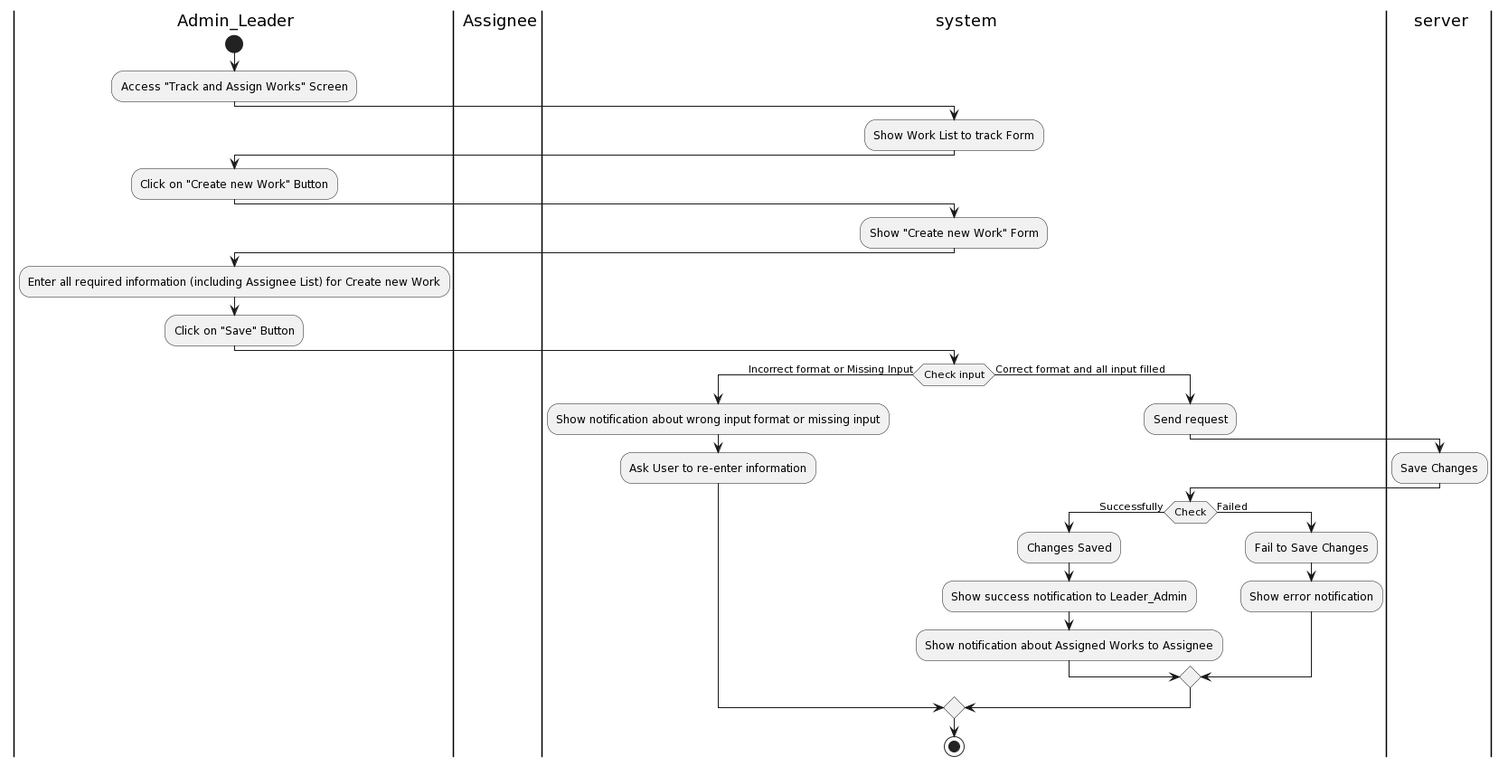
khoapham1003/SE357-Pratice-class keeps this PlantUML diagram as Lab1/Lab1.2/Activity Diagram/TrackingandProcessingofwork/TrackandAssignWorks/CURDWork/AddnewWork/AddnewWork.png. Above is the earlier version.
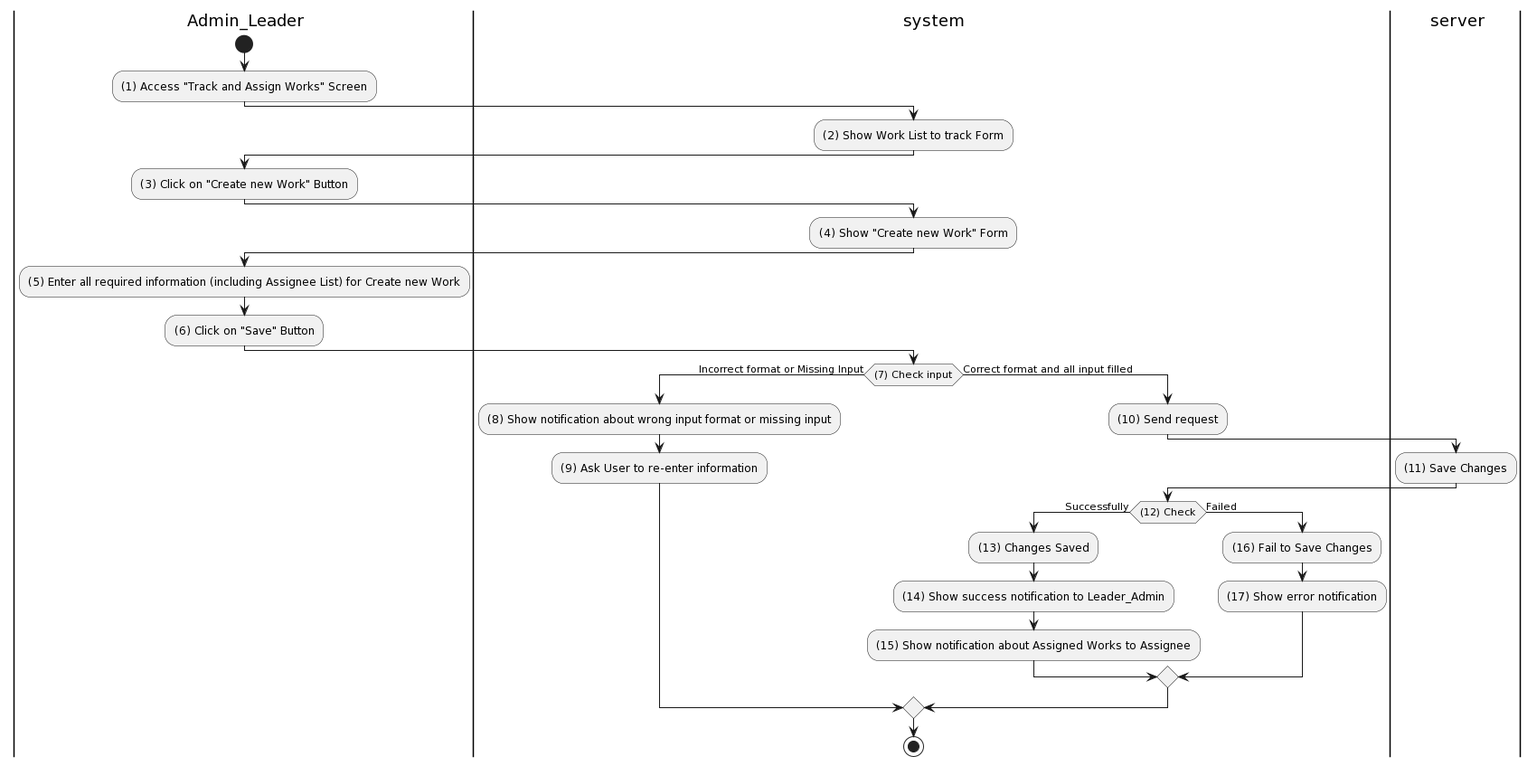
The same diagram one commit later.

What changed in the source:
```diff
@@ -1,37 +1,36 @@
 @startuml
 |a| Admin_Leader
-|a1| Assignee
 |sys| system
 |ser| server
 |a|
 start
-:Access "Track and Assign Works" Screen;
+:(1) Access "Track and Assign Works" Screen;
 |sys|
-:Show Work List to track Form;
+:(2) Show Work List to track Form;
 |a|
-:Click on "Create new Work" Button;
+:(3) Click on "Create new Work" Button;
 |sys|
-:Show "Create new Work" Form;
+:(4) Show "Create new Work" Form;
 |a|
-:Enter all required information (including Assignee List) for Create new Work;
-:Click on "Save" Button;
+:(5) Enter all required information (including Assignee List) for Create new Work;
+:(6) Click on "Save" Button;
 |sys|
-if (Check input) then (Incorrect format or Missing Input)
-:Show notification about wrong input format or missing input;
-:Ask User to re-enter information;
+if ((7) Check input) then (Incorrect format or Missing Input)
+:(8) Show notification about wrong input format or missing input;
+:(9) Ask User to re-enter information;
 else (Correct format and all input filled)
 |sys|
-:Send request;
+:(10) Send request;
 |ser|
-:Save Changes;
+:(11) Save Changes;
 |sys|
-if(Check) then (Successfully)
-:Changes Saved;
-:Show success notification to Leader_Admin;
-:Show notification about Assigned Works to Assignee;
+if((12) Check) then (Successfully)
+:(13) Changes Saved;
+:(14) Show success notification to Leader_Admin;
+:(15) Show notification about Assigned Works to Assignee;
 else (Failed)
-:Fail to Save Changes;
-:Show error notification;
+:(16) Fail to Save Changes;
+:(17) Show error notification;
 endif
 endif
 stop
```
